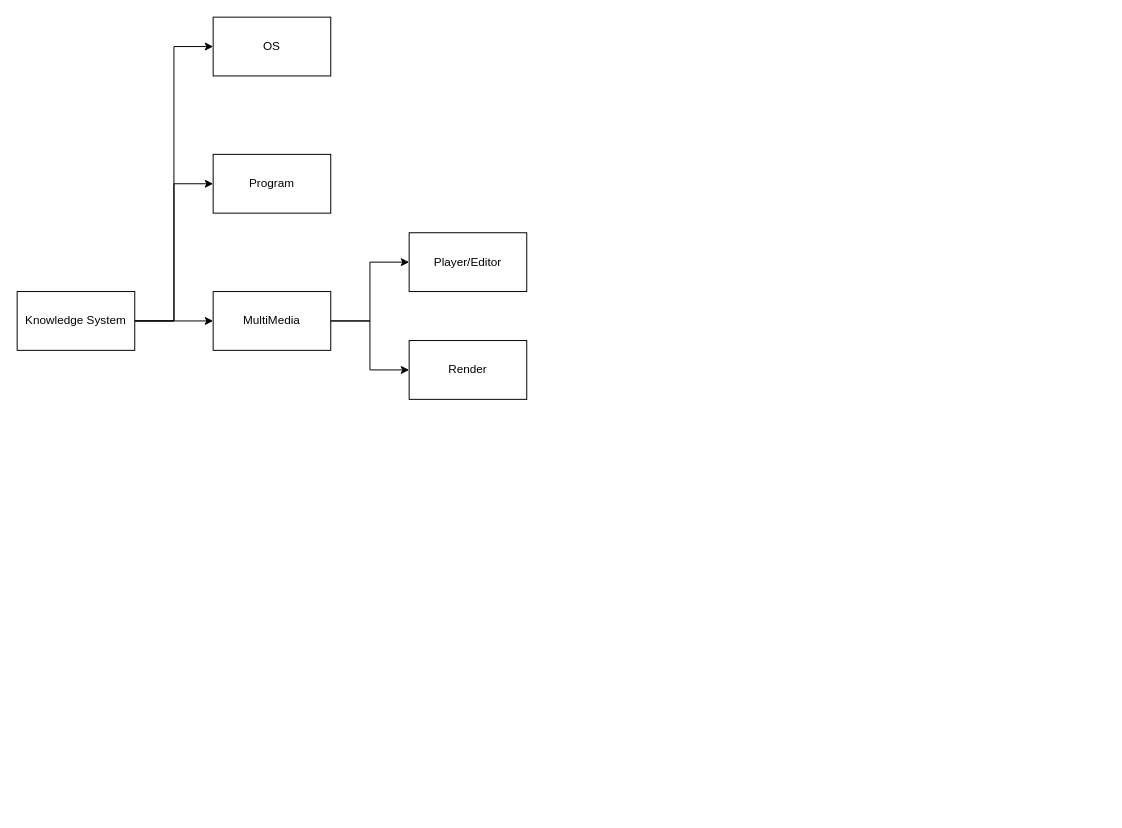
This is KnowledgeSystem.drawio from loleng/mediatools, a draw.io file, before an edit. Source tidied: cells renumbered, new cells numbered last; positions are measured from the earlier drawing's top-left corner, leaving out a move shared by most shapes. Both pictures are drawn from the tidied source at 98%, with x=0, y=0 at pixel (17, 17).
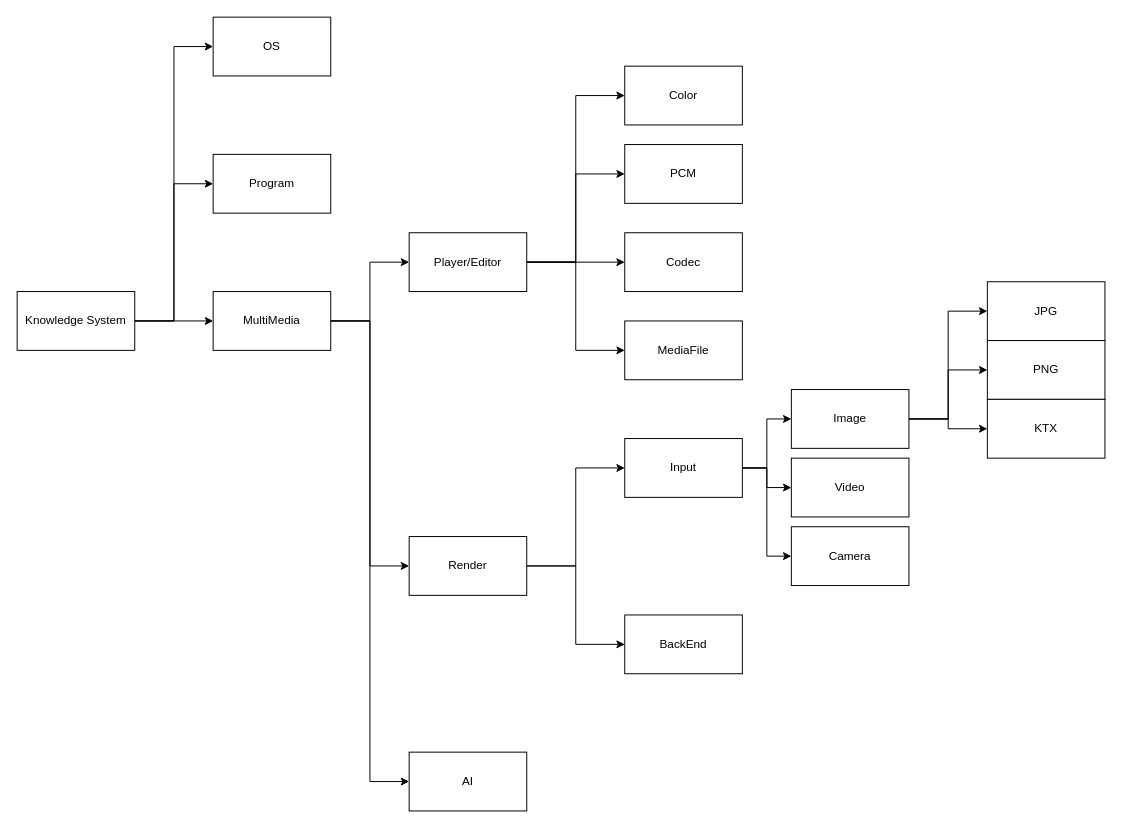
Above is the later version.

The change refers to these unchanged cells:
```xml
<mxCell id="8" value="MultiMedia" style="whiteSpace=wrap;html=1;" parent="1" vertex="1">
  <mxGeometry x="200" y="280" width="120" height="60" as="geometry" />
</mxCell>
<mxCell id="10" value="Player/Editor" style="whiteSpace=wrap;html=1;" parent="1" vertex="1">
  <mxGeometry x="400" y="220" width="120" height="60" as="geometry" />
</mxCell>
```

The edit, as a diff of the source:
```diff
@@
+    <mxCell id="13" style="edgeStyle=orthogonalEdgeStyle;rounded=0;jettySize=auto;html=1;entryX=0;entryY=0.5;entryDx=0;entryDy=0;" parent="1" edge="1" source="8" target="23">
+      <mxGeometry relative="1" as="geometry" />
+    </mxCell>
@@
+    <mxCell id="14" style="edgeStyle=orthogonalEdgeStyle;rounded=0;jettySize=auto;html=1;entryX=0;entryY=0.5;entryDx=0;entryDy=0;" parent="1" edge="1" source="10" target="20">
+      <mxGeometry relative="1" as="geometry" />
+    </mxCell>
+    <mxCell id="15" style="edgeStyle=orthogonalEdgeStyle;rounded=0;jettySize=auto;html=1;entryX=0;entryY=0.5;entryDx=0;entryDy=0;" parent="1" edge="1" source="10" target="21">
+      <mxGeometry relative="1" as="geometry" />
+    </mxCell>
+    <mxCell id="16" style="edgeStyle=orthogonalEdgeStyle;rounded=0;jettySize=auto;html=1;entryX=0;entryY=0.5;entryDx=0;entryDy=0;" parent="1" edge="1" source="10" target="22">
+      <mxGeometry relative="1" as="geometry" />
+    </mxCell>
+    <mxCell id="17" style="edgeStyle=orthogonalEdgeStyle;rounded=0;jettySize=auto;html=1;entryX=0;entryY=0.5;entryDx=0;entryDy=0;" parent="1" edge="1" source="10" target="24">
+      <mxGeometry relative="1" as="geometry" />
+    </mxCell>
@@
+    <mxCell id="18" style="edgeStyle=orthogonalEdgeStyle;rounded=0;jettySize=auto;html=1;entryX=0;entryY=0.5;entryDx=0;entryDy=0;" parent="1" edge="1" source="11" target="28">
+      <mxGeometry relative="1" as="geometry" />
+    </mxCell>
+    <mxCell id="19" style="edgeStyle=orthogonalEdgeStyle;rounded=0;jettySize=auto;html=1;entryX=0;entryY=0.5;entryDx=0;entryDy=0;" parent="1" edge="1" source="11" target="35">
+      <mxGeometry relative="1" as="geometry" />
+    </mxCell>
     <mxCell id="11" value="Render" style="whiteSpace=wrap;html=1;" parent="1" vertex="1">
-      <mxGeometry x="400" y="330" width="120" height="60" as="geometry" />
+      <mxGeometry x="400" y="530" width="120" height="60" as="geometry" />
     </mxCell>
@@
+    <mxCell id="20" value="Color" style="whiteSpace=wrap;html=1;" parent="1" vertex="1">
+      <mxGeometry x="620" y="50" width="120" height="60" as="geometry" />
+    </mxCell>
+    <mxCell id="21" value="PCM" style="whiteSpace=wrap;html=1;" parent="1" vertex="1">
+      <mxGeometry x="620" y="130" width="120" height="60" as="geometry" />
+    </mxCell>
+    <mxCell id="22" value="Codec" style="whiteSpace=wrap;html=1;" parent="1" vertex="1">
+      <mxGeometry x="620" y="220" width="120" height="60" as="geometry" />
+    </mxCell>
+    <mxCell id="23" value="AI" style="whiteSpace=wrap;html=1;" parent="1" vertex="1">
+      <mxGeometry x="400" y="750" width="120" height="60" as="geometry" />
+    </mxCell>
+    <mxCell id="24" value="MediaFile" style="whiteSpace=wrap;html=1;" parent="1" vertex="1">
+      <mxGeometry x="620" y="310" width="120" height="60" as="geometry" />
+    </mxCell>
+    <mxCell id="25" style="edgeStyle=orthogonalEdgeStyle;rounded=0;jettySize=auto;html=1;entryX=0;entryY=0.5;entryDx=0;entryDy=0;" parent="1" edge="1" source="28" target="32">
+      <mxGeometry relative="1" as="geometry" />
+    </mxCell>
+    <mxCell id="26" style="edgeStyle=orthogonalEdgeStyle;rounded=0;jettySize=auto;html=1;entryX=0;entryY=0.5;entryDx=0;entryDy=0;" parent="1" edge="1" source="28" target="33">
+      <mxGeometry relative="1" as="geometry" />
+    </mxCell>
+    <mxCell id="27" style="edgeStyle=orthogonalEdgeStyle;rounded=0;jettySize=auto;html=1;entryX=0;entryY=0.5;entryDx=0;entryDy=0;" parent="1" edge="1" source="28" target="34">
+      <mxGeometry relative="1" as="geometry" />
+    </mxCell>
+    <mxCell id="28" value="Input" style="whiteSpace=wrap;html=1;" parent="1" vertex="1">
+      <mxGeometry x="620" y="430" width="120" height="60" as="geometry" />
+    </mxCell>
+    <mxCell id="29" style="edgeStyle=orthogonalEdgeStyle;rounded=0;jettySize=auto;html=1;entryX=0;entryY=0.5;entryDx=0;entryDy=0;" parent="1" edge="1" source="32" target="36">
+      <mxGeometry relative="1" as="geometry" />
+    </mxCell>
+    <mxCell id="30" style="edgeStyle=orthogonalEdgeStyle;rounded=0;jettySize=auto;html=1;entryX=0;entryY=0.5;entryDx=0;entryDy=0;" parent="1" edge="1" source="32" target="37">
+      <mxGeometry relative="1" as="geometry" />
+    </mxCell>
+    <mxCell id="31" style="edgeStyle=orthogonalEdgeStyle;rounded=0;jettySize=auto;html=1;entryX=0;entryY=0.5;entryDx=0;entryDy=0;" parent="1" edge="1" source="32" target="38">
+      <mxGeometry relative="1" as="geometry" />
+    </mxCell>
+    <mxCell id="32" value="Image" style="whiteSpace=wrap;html=1;" parent="1" vertex="1">
+      <mxGeometry x="790" y="380" width="120" height="60" as="geometry" />
+    </mxCell>
+    <mxCell id="33" value="Video" style="whiteSpace=wrap;html=1;" parent="1" vertex="1">
+      <mxGeometry x="790" y="450" width="120" height="60" as="geometry" />
+    </mxCell>
+    <mxCell id="34" value="Camera" style="whiteSpace=wrap;html=1;" parent="1" vertex="1">
+      <mxGeometry x="790" y="520" width="120" height="60" as="geometry" />
+    </mxCell>
+    <mxCell id="35" value="BackEnd" style="whiteSpace=wrap;html=1;" parent="1" vertex="1">
+      <mxGeometry x="620" y="610" width="120" height="60" as="geometry" />
+    </mxCell>
+    <mxCell id="36" value="JPG" style="whiteSpace=wrap;html=1;" parent="1" vertex="1">
+      <mxGeometry x="990" y="270" width="120" height="60" as="geometry" />
+    </mxCell>
+    <mxCell id="37" value="PNG" style="whiteSpace=wrap;html=1;" parent="1" vertex="1">
+      <mxGeometry x="990" y="330" width="120" height="60" as="geometry" />
+    </mxCell>
+    <mxCell id="38" value="KTX" style="whiteSpace=wrap;html=1;" parent="1" vertex="1">
+      <mxGeometry x="990" y="390" width="120" height="60" as="geometry" />
+    </mxCell>
```
